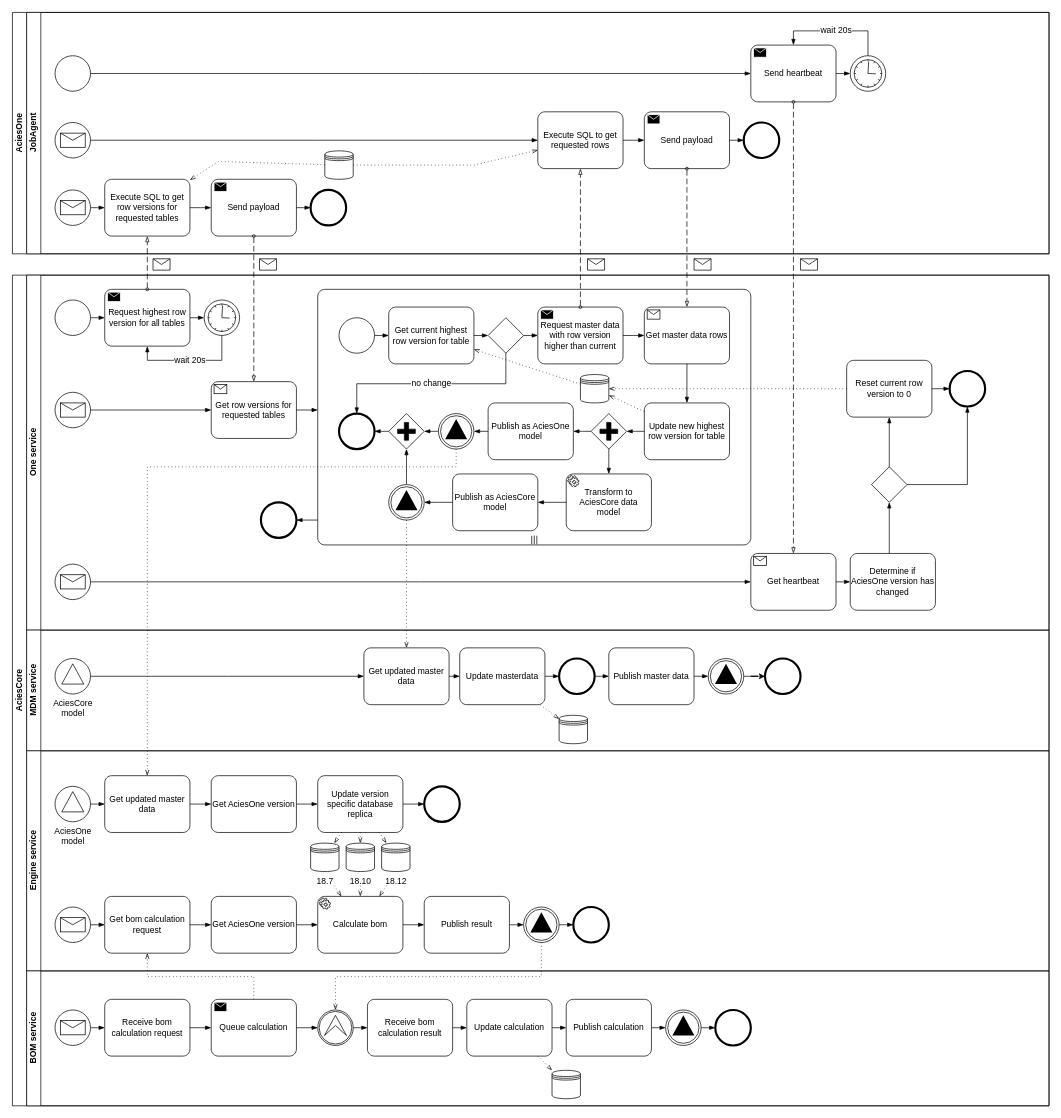
Earlier version of the draw.io diagram services/one/AciesOne-to-AciesCore-MasterDataSync.drawio (AciesDK/core-diagrams). Source tidied: cells renumbered, new cells numbered last; positions are measured from the earlier drawing's top-left corner, leaving out a move shared by most shapes. Both pictures are drawn from the tidied source at 71%, with x=0, y=0 at pixel (12, 12).
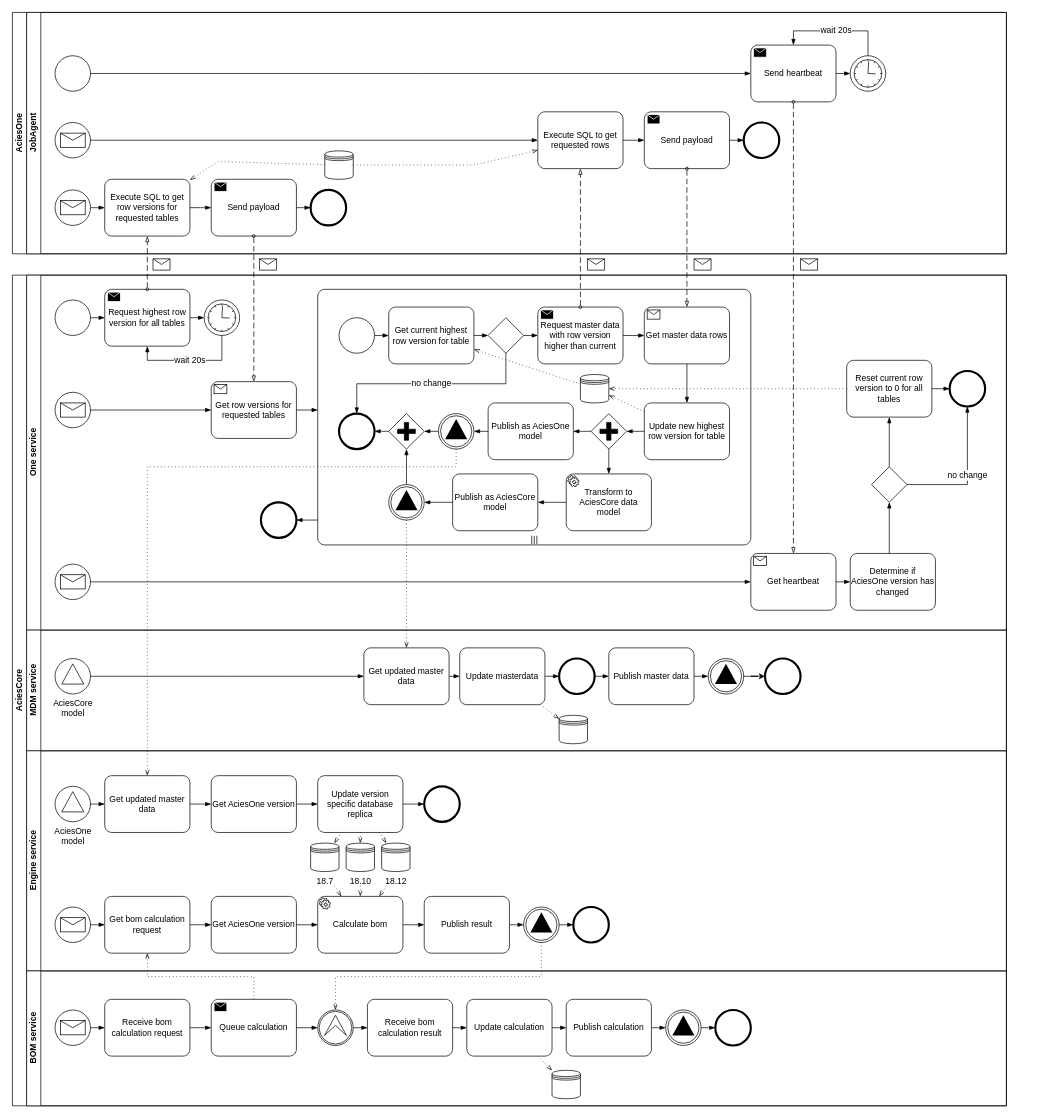
Above is the later version.

The change refers to these unchanged cells:
```xml
<mxCell id="79" style="points=[[0.25,0.25,0],[0.5,0,0],[0.75,0.25,0],[1,0.5,0],[0.75,0.75,0],[0.5,1,0],[0.25,0.75,0],[0,0.5,0]];shape=mxgraph.bpmn.gateway2;html=1;verticalLabelPosition=bottom;labelBackgroundColor=#ffffff;verticalAlign=top;align=center;perimeter=rhombusPerimeter;outlineConnect=0;outline=none;symbol=none;" parent="28" vertex="1">
  <mxGeometry x="1190" y="270" width="50" height="50" as="geometry" />
</mxCell>
<mxCell id="84" style="points=[[0.145,0.145,0],[0.5,0,0],[0.855,0.145,0],[1,0.5,0],[0.855,0.855,0],[0.5,1,0],[0.145,0.855,0],[0,0.5,0]];shape=mxgraph.bpmn.event;html=1;verticalLabelPosition=bottom;labelBackgroundColor=#ffffff;verticalAlign=top;align=center;perimeter=ellipsePerimeter;outlineConnect=0;outline=end;symbol=terminate2;" parent="28" vertex="1">
  <mxGeometry x="1300" y="135" width="50" height="50" as="geometry" />
</mxCell>
```

The edit, as a diff of the source:
```diff
@@
     <mxCell id="2" value="AciesOne" style="swimlane;html=1;horizontal=0;startSize=20;whiteSpace=wrap;" parent="1" vertex="1">
-      <mxGeometry width="1460" height="340" as="geometry" />
+      <mxGeometry width="1400" height="340" as="geometry" />
     </mxCell>
     <mxCell id="3" value="JobAgent" style="swimlane;html=1;startSize=20;horizontal=0;" parent="2" vertex="1">
-      <mxGeometry x="20" width="1440" height="340" as="geometry" />
+      <mxGeometry x="20" width="1380" height="340" as="geometry" />
     </mxCell>
@@
     <mxCell id="27" value="AciesCore" style="swimlane;html=1;horizontal=0;startSize=20;whiteSpace=wrap;" parent="1" vertex="1">
-      <mxGeometry y="370" width="1460" height="1170" as="geometry" />
+      <mxGeometry y="370" width="1400" height="1170" as="geometry" />
     </mxCell>
     <mxCell id="28" value="One service" style="swimlane;html=1;startSize=20;horizontal=0;" parent="27" vertex="1">
-      <mxGeometry x="20" width="1440" height="500" as="geometry" />
+      <mxGeometry x="20" width="1380" height="500" as="geometry" />
     </mxCell>
@@
-    <mxCell id="81" value="Reset current row version to 0" style="points=[[0.25,0,0],[0.5,0,0],[0.75,0,0],[1,0.25,0],[1,0.5,0],[1,0.75,0],[0.75,1,0],[0.5,1,0],[0.25,1,0],[0,0.75,0],[0,0.5,0],[0,0.25,0]];shape=mxgraph.bpmn.task;whiteSpace=wrap;rectStyle=rounded;size=10;html=1;taskMarker=abstract;" parent="28" vertex="1">
+    <mxCell id="81" value="Reset current row version to 0 for all tables" style="points=[[0.25,0,0],[0.5,0,0],[0.75,0,0],[1,0.25,0],[1,0.5,0],[1,0.75,0],[0.75,1,0],[0.5,1,0],[0.25,1,0],[0,0.75,0],[0,0.5,0],[0,0.25,0]];shape=mxgraph.bpmn.task;whiteSpace=wrap;rectStyle=rounded;size=10;html=1;taskMarker=abstract;" parent="28" vertex="1">
       <mxGeometry x="1155" y="120" width="120" height="80" as="geometry" />
     </mxCell>
@@
-    <mxCell id="86" style="edgeStyle=elbowEdgeStyle;fontSize=12;html=1;endArrow=blockThin;endFill=1;rounded=0;" parent="28" edge="1" source="79" target="84">
+    <mxCell id="86" value="no change" style="edgeStyle=elbowEdgeStyle;fontSize=12;html=1;endArrow=blockThin;endFill=1;rounded=0;" parent="28" edge="1" source="79" target="84">
       <mxGeometry relative="1" as="geometry">
         <Array as="points">
           <mxPoint x="1325" y="250" />
         </Array>
       </mxGeometry>
     </mxCell>
     <mxCell id="87" value="MDM service" style="swimlane;html=1;startSize=20;horizontal=0;" parent="27" vertex="1">
-      <mxGeometry x="20" y="500" width="1440" height="170" as="geometry" />
+      <mxGeometry x="20" y="500" width="1380" height="170" as="geometry" />
     </mxCell>
@@
     <mxCell id="103" value="Engine service" style="swimlane;html=1;startSize=20;horizontal=0;" parent="27" vertex="1">
-      <mxGeometry x="20" y="670" width="1440" height="310" as="geometry" />
+      <mxGeometry x="20" y="670" width="1380" height="310" as="geometry" />
     </mxCell>
@@
     <mxCell id="135" value="BOM service" style="swimlane;html=1;startSize=20;horizontal=0;" parent="27" vertex="1">
-      <mxGeometry x="20" y="980" width="1440" height="190" as="geometry" />
+      <mxGeometry x="20" y="980" width="1380" height="190" as="geometry" />
     </mxCell>
```
